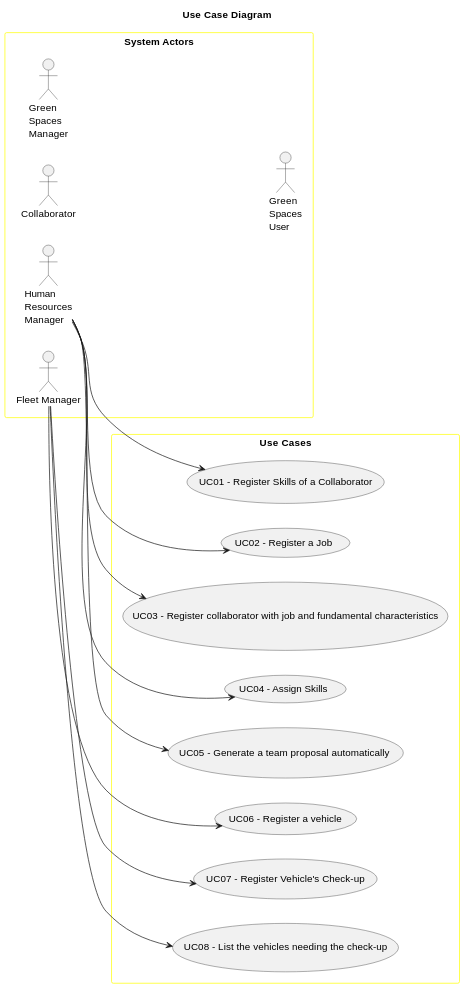
Earlier version of the PlantUML export docs/sprintA&B&C/global-artifacts/01.requirements-engineering/svg/use-case-diagram.svg (daniel41silva05/ISEP_2023_2024_LAPR2). The source it was exported from:
```plantuml
@startuml
skinparam packageStyle rectangle

skinparam rectangle{
    BorderColor yellow
}

title Use Case Diagram

left to right direction

rectangle "System Actors" as actors {
    actor Collaborator
    actor "Green\nSpaces\nManager" as GSM
    actor "Green\nSpaces\nUser" as GSU
    actor "Human\nResources\nManager" as HRM
    actor "Fleet Manager" as FM
}

rectangle "Use Cases" as usecases{
    usecase "UC01 - Register Skills of a Collaborator" as UC01
    HRM --> UC01
    usecase "UC02 - Register a Job" as UC02
    HRM --> UC02
    usecase "UC03 - Register collaborator with job and fundamental characteristics" as UC03
    HRM --> UC03
    usecase "UC04 - Assign Skills" as UC04
    HRM --> UC04
    usecase "UC05 - Generate a team proposal automatically " as UC05
    HRM --> UC05
    usecase "UC06 - Register a vehicle" as UC06
    FM --> UC06
    usecase "UC07 - Register Vehicle's Check-up" as UC07
    FM --> UC07
    usecase "UC08 - List the vehicles needing the check-up" as UC08
    FM --> UC08
}
@enduml
```
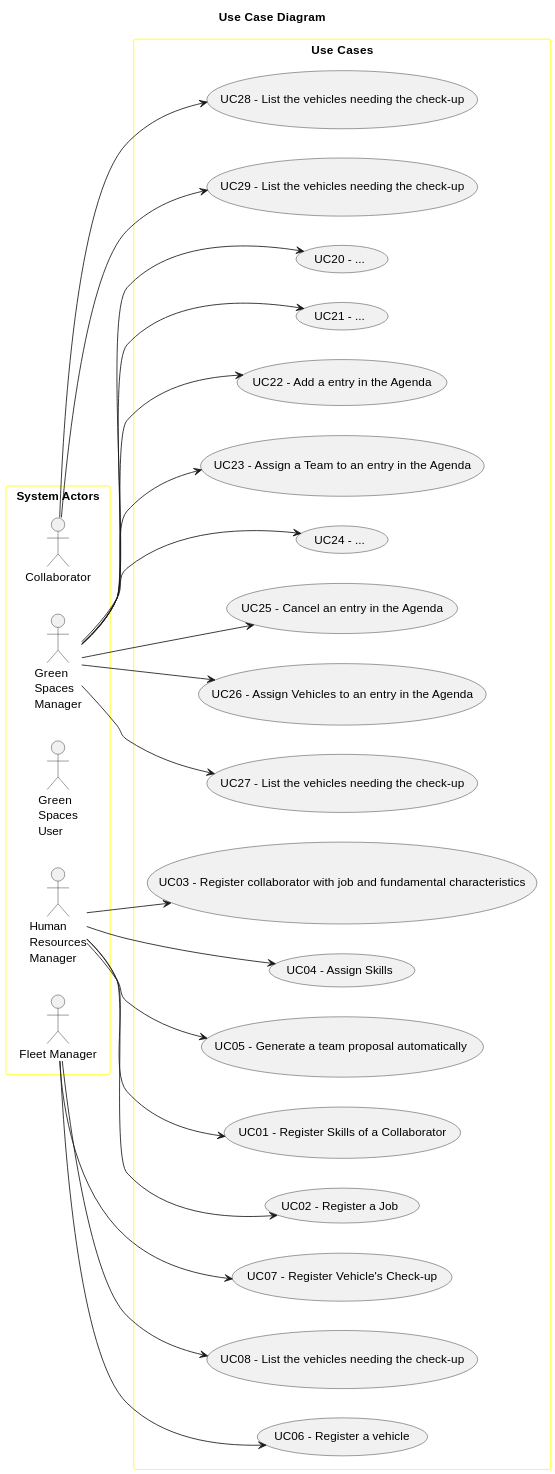
Above is the later version.

Commit message:
update of the use case diagram, and the organization of classes

Diff of the diagram source:
```diff
@@ -34,5 +34,27 @@
     FM --> UC07
     usecase "UC08 - List the vehicles needing the check-up" as UC08
     FM --> UC08
+
+    usecase "UC20 - ..." as UC20
+    GSM --> UC20
+    usecase "UC21 - ..." as UC21
+    GSM --> UC21
+    usecase "UC22 - Add a entry in the Agenda" as UC22
+    GSM --> UC22
+    usecase "UC23 - Assign a Team to an entry in the Agenda" as UC23
+    GSM --> UC23
+    usecase "UC24 - ..." as UC24
+    GSM --> UC24
+    usecase "UC25 - Cancel an entry in the Agenda" as UC25
+    GSM --> UC25
+    usecase "UC26 - Assign Vehicles to an entry in the Agenda" as UC26
+    GSM --> UC26
+    usecase "UC27 - List the vehicles needing the check-up" as UC27
+    GSM --> UC27
+    usecase "UC28 - List the vehicles needing the check-up" as UC28
+    Collaborator --> UC28
+    usecase "UC29 - List the vehicles needing the check-up" as UC29
+    Collaborator --> UC29
+
 }
 @enduml
```
